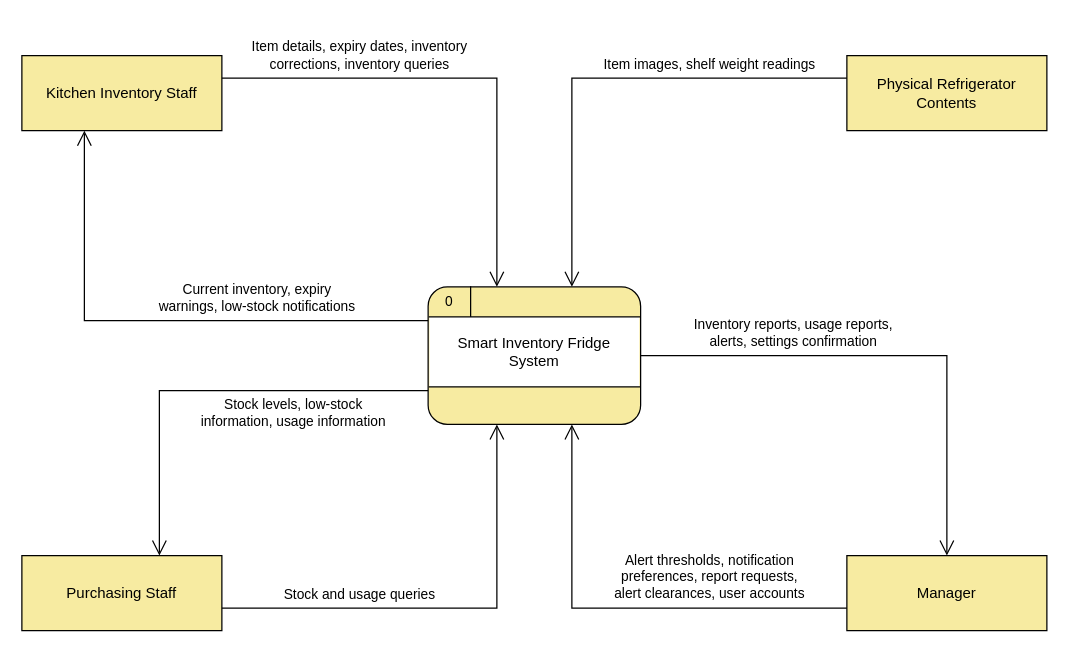
Jatti045/SEG4105-Term-Project keeps this draw.io diagram as docs/diagrams/context-dfd.drawio. Above is the earlier version. Source tidied: cells renumbered, new cells numbered last; positions are measured from the earlier drawing's top-left corner, leaving out a move shared by most shapes. Both pictures are drawn from the tidied source at 125%, with x=0, y=0 at pixel (21, 55).
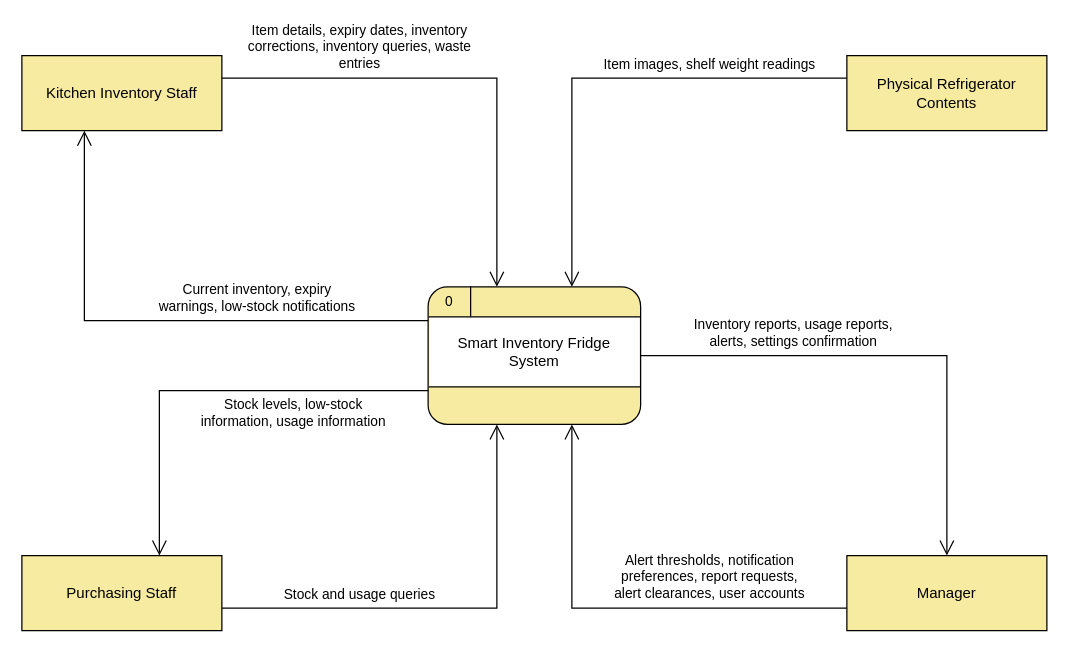
The same diagram, later.

The change refers to these unchanged cells:
```xml
<mxCell id="2" style="rounded=1;arcSize=14;whiteSpace=wrap;html=1;fillColor=#F7EBA1;strokeColor=#000000;" parent="1" vertex="1">
  <mxGeometry x="325" y="185" width="170" height="110" as="geometry" />
</mxCell>
<mxCell id="5" value="Kitchen Inventory Staff" style="rounded=0;whiteSpace=wrap;html=1;fillColor=#F7EBA1;strokeColor=#000000;fontSize=12;fontFamily=Helvetica;fontColor=#000000;" parent="1" vertex="1">
  <mxGeometry width="160" height="60" as="geometry" />
</mxCell>
```

What changed in the source:
```diff
@@
-    <mxCell id="9" value="Item details, expiry dates, inventory&lt;br&gt;corrections, inventory queries" style="edgeStyle=none;rounded=0;html=1;endArrow=open;endSize=10;startArrow=none;jumpStyle=arc;jumpSize=10;strokeColor=#000000;fontSize=11;fontFamily=Helvetica;fontColor=#000000;labelBackgroundColor=none;align=center;exitX=1.0000;exitY=0.3000;exitDx=0;exitDy=0;exitPerimeter=0;entryX=0.3235;entryY=0.0000;entryDx=0;entryDy=0;entryPerimeter=0;" parent="1" edge="1" source="5" target="2">
+    <mxCell id="9" value="Item details, expiry dates, inventory&lt;br&gt;corrections, inventory queries, waste&lt;br&gt;entries" style="edgeStyle=none;rounded=0;html=1;endArrow=open;endSize=10;startArrow=none;jumpStyle=arc;jumpSize=10;strokeColor=#000000;fontSize=11;fontFamily=Helvetica;fontColor=#000000;labelBackgroundColor=none;align=center;exitX=1.0000;exitY=0.3000;exitDx=0;exitDy=0;exitPerimeter=0;entryX=0.3235;entryY=0.0000;entryDx=0;entryDy=0;entryPerimeter=0;" parent="1" edge="1" source="5" target="2">
       <mxGeometry x="-0.43" relative="1" as="geometry">
         <Array as="points">
           <mxPoint x="380" y="18" />
         </Array>
-        <mxPoint y="-18" as="offset" />
+        <mxPoint y="-25" as="offset" />
       </mxGeometry>
     </mxCell>
```
